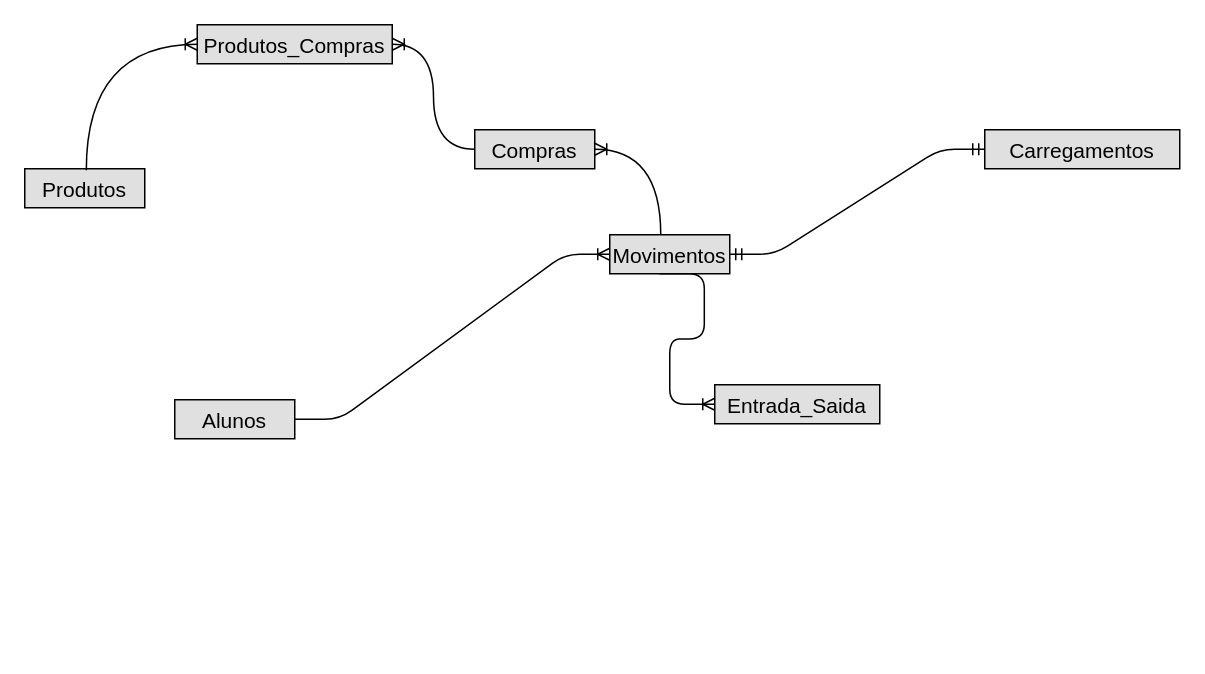
Above: Untitled Diagram.drawio in RicardoGranja50/PAP (draw.io), before the change. Source tidied: cells renumbered, new cells numbered last; positions are measured from the earlier drawing's top-left corner, leaving out a move shared by most shapes. Both pictures are drawn from the tidied source at 150%, with x=0, y=0 at pixel (24, 24).
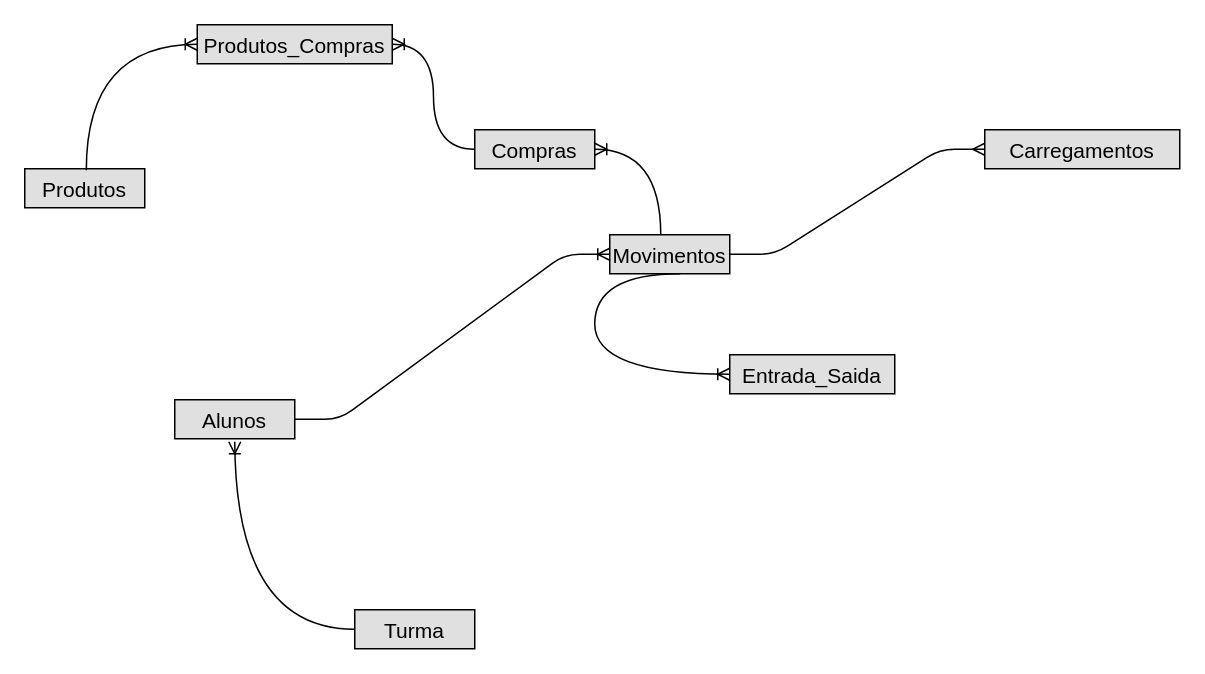
The same diagram, later.

Diff of the diagram source:
```diff
@@
 <mxGraphModel>
   <root>
     <mxCell id="0" />
     <mxCell id="1" parent="0" />
     <mxCell id="2" value="Compras" style="text;align=center;verticalAlign=middle;spacingLeft=4;spacingRight=4;strokeColor=#000000;fillColor=#e0e0e0;points=[[0,0.5],[1,0.5]];portConstraint=eastwest;fontSize=14;" parent="1" vertex="1">
       <mxGeometry x="300" y="70" width="80" height="26" as="geometry" />
     </mxCell>
     <mxCell id="3" value="Movimentos" style="text;align=center;verticalAlign=middle;spacingLeft=4;spacingRight=4;strokeColor=#000000;fillColor=#e0e0e0;points=[[0,0.5],[1,0.5]];portConstraint=eastwest;fontSize=14;" parent="1" vertex="1">
       <mxGeometry x="390" y="140" width="80" height="26" as="geometry" />
     </mxCell>
     <mxCell id="4" value="Alunos" style="text;align=center;verticalAlign=middle;spacingLeft=4;spacingRight=4;strokeColor=#000000;fillColor=#e0e0e0;points=[[0,0.5],[1,0.5]];portConstraint=eastwest;fontSize=14;" parent="1" vertex="1">
       <mxGeometry x="100" y="250" width="80" height="26" as="geometry" />
     </mxCell>
     <mxCell id="5" value="Entrada_Saida" style="text;align=center;verticalAlign=middle;spacingLeft=4;spacingRight=4;strokeColor=#000000;fillColor=#e0e0e0;points=[[0,0.5],[1,0.5]];portConstraint=eastwest;fontSize=14;" parent="1" vertex="1">
-      <mxGeometry x="460" y="240" width="110" height="26" as="geometry" />
+      <mxGeometry x="470" y="220" width="110" height="26" as="geometry" />
     </mxCell>
     <mxCell id="6" value="Carregamentos" style="text;align=center;verticalAlign=middle;spacingLeft=4;spacingRight=4;strokeColor=#000000;fillColor=#e0e0e0;points=[[0,0.5],[1,0.5]];portConstraint=eastwest;fontSize=14;" parent="1" vertex="1">
       <mxGeometry x="640" y="70" width="130" height="26" as="geometry" />
     </mxCell>
     <mxCell id="7" value="Produtos" style="text;align=center;verticalAlign=middle;spacingLeft=4;spacingRight=4;strokeColor=#000000;fillColor=#e0e0e0;points=[[0,0.5],[1,0.5]];portConstraint=eastwest;fontSize=14;" parent="1" vertex="1">
       <mxGeometry y="96" width="80" height="26" as="geometry" />
     </mxCell>
     <mxCell id="8" style="edgeStyle=entityRelationEdgeStyle;fontSize=12;html=1;endArrow=ERoneToMany;exitX=1;exitY=0.5;exitDx=0;exitDy=0;entryX=0;entryY=0.5;entryDx=0;entryDy=0;" parent="1" edge="1" source="4" target="3">
       <mxGeometry relative="1" as="geometry" />
     </mxCell>
-    <mxCell id="9" style="edgeStyle=entityRelationEdgeStyle;fontSize=12;html=1;endArrow=ERoneToMany;exitX=0.413;exitY=1;exitDx=0;exitDy=0;exitPerimeter=0;entryX=0;entryY=0.5;entryDx=0;entryDy=0;" parent="1" edge="1" source="3" target="5">
-      <mxGeometry relative="1" as="geometry" />
+    <mxCell id="9" style="edgeStyle=orthogonalEdgeStyle;fontSize=12;html=1;endArrow=ERoneToMany;entryX=0;entryY=0.5;entryDx=0;entryDy=0;curved=1;exitX=0.588;exitY=1;exitDx=0;exitDy=0;exitPerimeter=0;" parent="1" edge="1" source="3" target="5">
+      <mxGeometry relative="1" as="geometry">
+        <Array as="points">
+          <mxPoint x="380" y="166" />
+          <mxPoint x="380" y="233" />
+        </Array>
+      </mxGeometry>
     </mxCell>
-    <mxCell id="10" style="edgeStyle=entityRelationEdgeStyle;fontSize=12;html=1;endArrow=ERmandOne;startArrow=ERmandOne;exitX=1;exitY=0.5;exitDx=0;exitDy=0;entryX=0;entryY=0.5;entryDx=0;entryDy=0;" parent="1" edge="1" source="3" target="6">
-      <mxGeometry relative="1" as="geometry" />
-    </mxCell>
     <mxCell id="11" style="fontSize=12;html=1;endArrow=ERoneToMany;rounded=1;exitX=0.425;exitY=0;exitDx=0;exitDy=0;exitPerimeter=0;entryX=1;entryY=0.5;entryDx=0;entryDy=0;edgeStyle=orthogonalEdgeStyle;curved=1;" parent="1" edge="1" source="3" target="2">
       <mxGeometry relative="1" as="geometry" />
     </mxCell>
     <mxCell id="12" value="Produtos_Compras" style="text;align=center;verticalAlign=middle;spacingLeft=4;spacingRight=4;strokeColor=#000000;fillColor=#e0e0e0;points=[[0,0.5],[1,0.5]];portConstraint=eastwest;fontSize=14;" parent="1" vertex="1">
       <mxGeometry x="115" width="130" height="26" as="geometry" />
     </mxCell>
     <mxCell id="13" style="edgeStyle=orthogonalEdgeStyle;fontSize=12;html=1;endArrow=ERoneToMany;entryX=1;entryY=0.5;entryDx=0;entryDy=0;curved=1;exitX=0;exitY=0.5;exitDx=0;exitDy=0;" parent="1" edge="1" source="2" target="12">
       <mxGeometry relative="1" as="geometry" />
     </mxCell>
     <mxCell id="14" style="edgeStyle=orthogonalEdgeStyle;fontSize=12;html=1;endArrow=ERoneToMany;curved=1;exitX=0.513;exitY=0.038;exitDx=0;exitDy=0;exitPerimeter=0;entryX=0;entryY=0.5;entryDx=0;entryDy=0;" parent="1" edge="1" source="7" target="12">
       <mxGeometry relative="1" as="geometry" />
     </mxCell>
+    <mxCell id="10" style="edgeStyle=entityRelationEdgeStyle;fontSize=12;html=1;endArrow=ERmany;exitX=1;exitY=0.5;exitDx=0;exitDy=0;entryX=0;entryY=0.5;entryDx=0;entryDy=0;" parent="1" edge="1" source="3" target="6">
+      <mxGeometry relative="1" as="geometry" />
+    </mxCell>
+    <mxCell id="15" style="edgeStyle=orthogonalEdgeStyle;fontSize=12;html=1;endArrow=ERoneToMany;curved=1;exitX=0;exitY=0.5;exitDx=0;exitDy=0;" parent="1" edge="1" source="16">
+      <mxGeometry relative="1" as="geometry">
+        <mxPoint x="140" y="278" as="targetPoint" />
+      </mxGeometry>
+    </mxCell>
+    <mxCell id="16" value="Turma" style="text;align=center;verticalAlign=middle;spacingLeft=4;spacingRight=4;strokeColor=#000000;fillColor=#e0e0e0;points=[[0,0.5],[1,0.5]];portConstraint=eastwest;fontSize=14;" parent="1" vertex="1">
+      <mxGeometry x="220" y="390" width="80" height="26" as="geometry" />
+    </mxCell>
   </root>
 </mxGraphModel>
```
